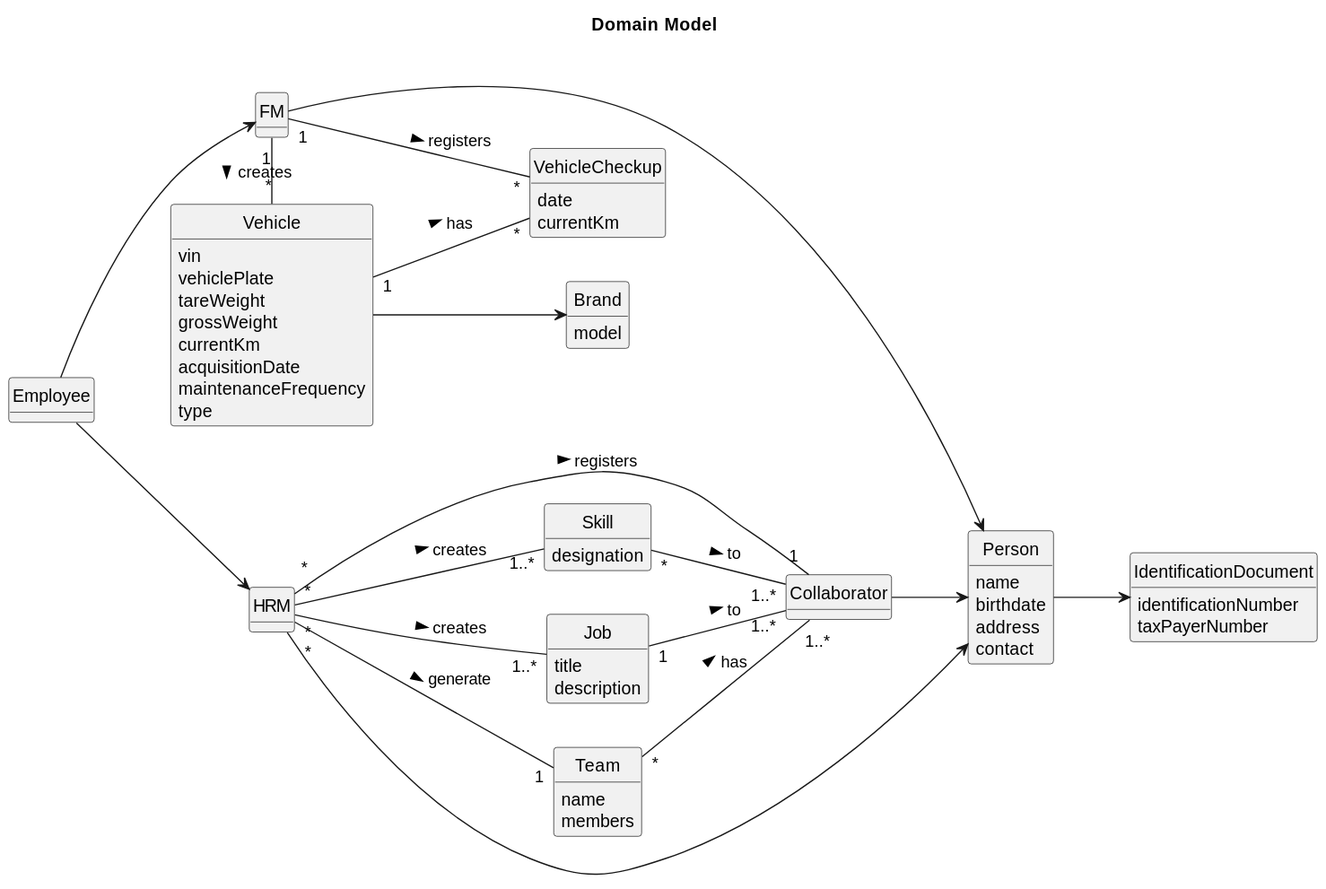
ricardomm7/leaflink keeps this PlantUML diagram as docs/sprintA/global-artifacts/02.analysis/svg/project-domain-model.svg. Above is the earlier version.
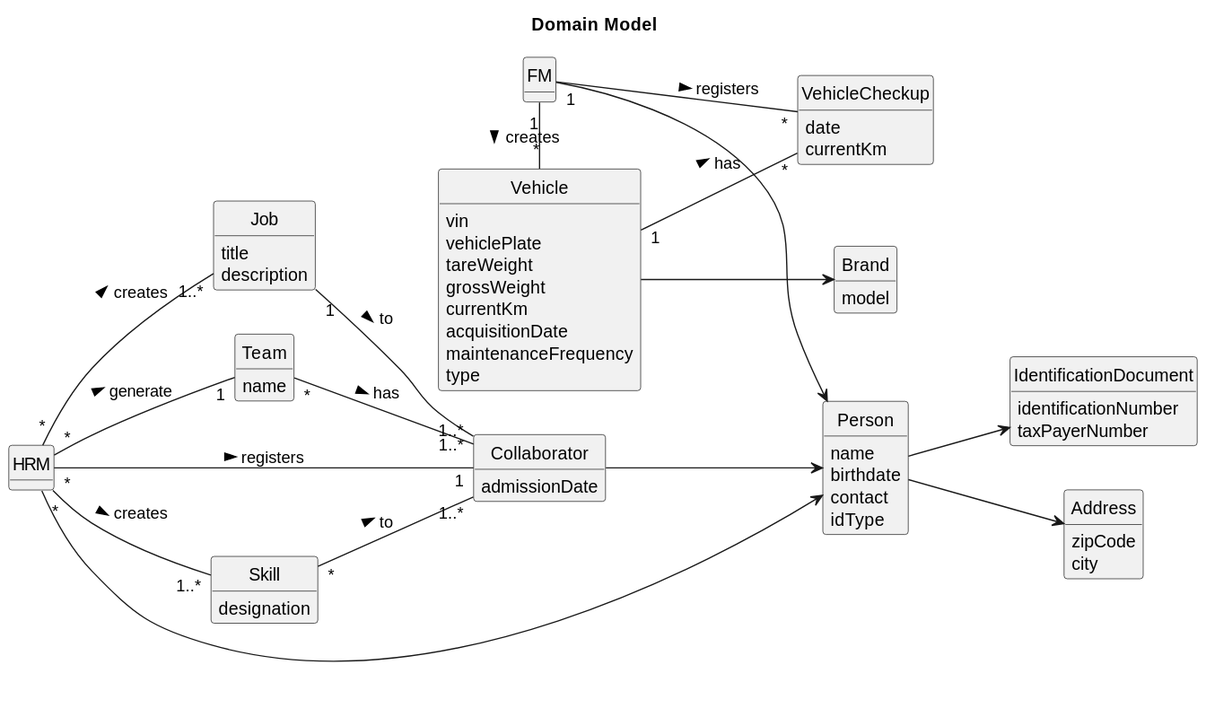
The same file after the commit.

Commit message:
LFC2-82 <Project domain model updates.>

Change to the diagram source:
```diff
@@ -8,9 +8,6 @@
 left to right direction
 
 title Domain Model
-
-class Employee{
-}
 
 class HRM {
 }
@@ -28,6 +25,7 @@
 }
 
 class Collaborator {
+    admissionDate
 }
 
 class IdentificationDocument{
@@ -38,7 +36,6 @@
 
 class Team {
     name
-    members
 }
 
 class Vehicle {
@@ -64,14 +61,16 @@
 class Person {
     name
     birthdate
-    address
     contact
+    idType
+}
+
+class Address{
+    zipCode
+    city
 }
 
 Vehicle --> Brand
-
-Employee --> HRM
-Employee --> FM
 
 HRM "*" -- "1..*" Skill : creates >
 
@@ -95,4 +94,6 @@
 Vehicle "1" -- "*" VehicleCheckup : has >
 
 FM  -->  Person
+
+Person --> Address
 @enduml
```
